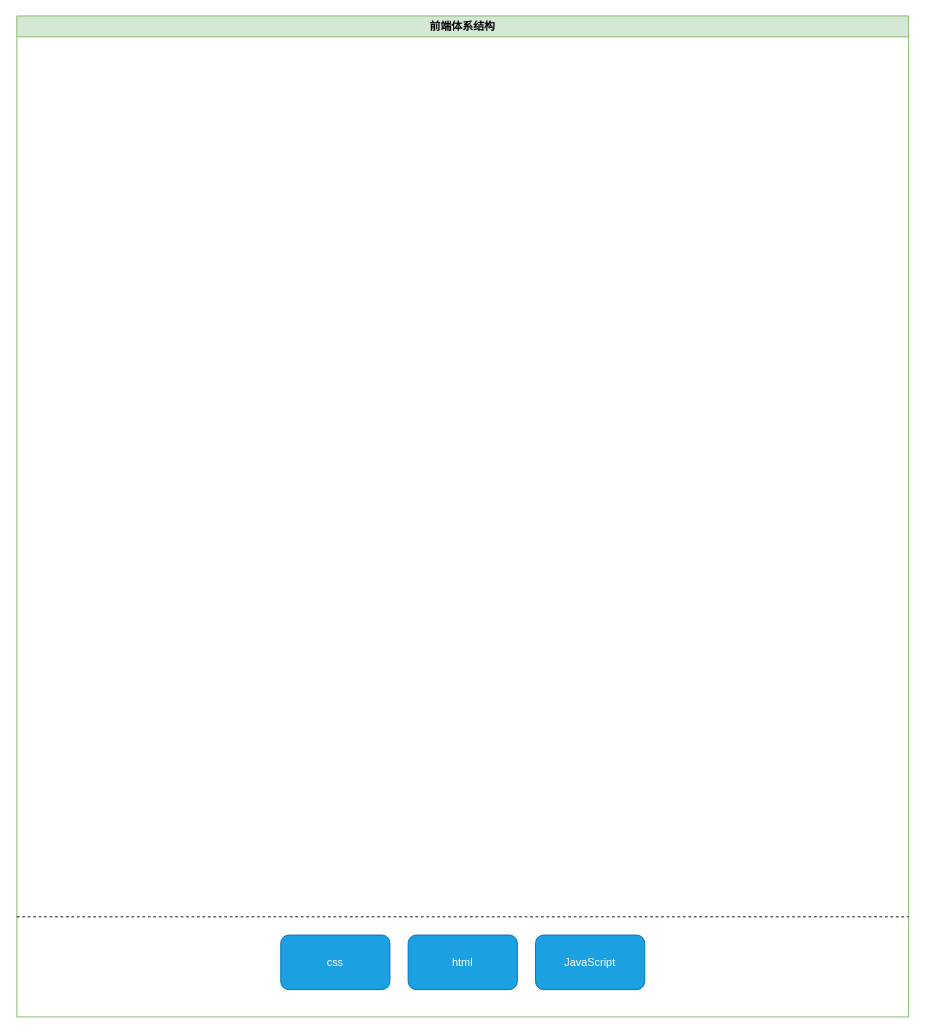
Before: docs/图表/前端体系结构.drawio in bbzywkq/bbzywkq, a draw.io diagram. Source tidied: cells renumbered, new cells numbered last; positions are measured from the earlier drawing's top-left corner, leaving out a move shared by most shapes. Both pictures are drawn from the tidied source at 91%, with x=0, y=0 at pixel (16, 15).
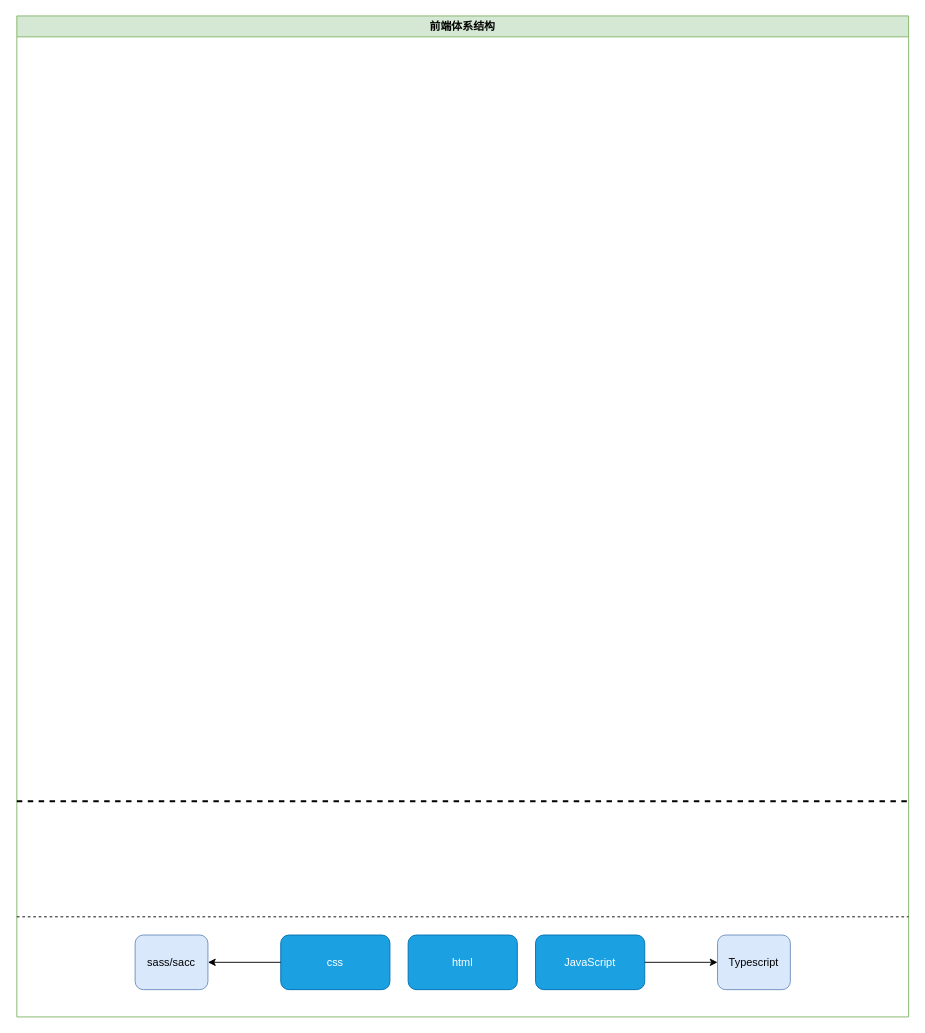
The same page after the edit.

Commit message (it also covers changes not shown here):
更新前端体系结构.drawio

What changed in the source:
```diff
@@
 <mxGraphModel>
   <root>
     <mxCell id="0" />
     <mxCell id="1" parent="0" />
     <mxCell id="2" value="前端体系结构" style="swimlane;fillColor=#d5e8d4;strokeColor=#82b366;" parent="1" vertex="1">
       <mxGeometry width="980" height="1100" as="geometry" />
     </mxCell>
     <mxCell id="3" value="css" style="rounded=1;whiteSpace=wrap;html=1;fillColor=#1ba1e2;strokeColor=#006EAF;fontColor=#ffffff;" parent="2" vertex="1">
       <mxGeometry x="290" y="1010" width="120" height="60" as="geometry" />
     </mxCell>
     <mxCell id="4" value="html" style="rounded=1;whiteSpace=wrap;html=1;fillColor=#1ba1e2;strokeColor=#006EAF;fontColor=#ffffff;" parent="2" vertex="1">
       <mxGeometry x="430" y="1010" width="120" height="60" as="geometry" />
     </mxCell>
     <mxCell id="5" value="JavaScript" style="rounded=1;whiteSpace=wrap;html=1;fillColor=#1ba1e2;strokeColor=#006EAF;fontColor=#ffffff;" parent="2" vertex="1">
       <mxGeometry x="570" y="1010" width="120" height="60" as="geometry" />
     </mxCell>
     <mxCell id="6" style="endArrow=none;dashed=1;html=1;rounded=0;" parent="2" edge="1">
       <mxGeometry relative="1" as="geometry">
         <mxPoint y="990" as="sourcePoint" />
         <mxPoint x="980" y="990" as="targetPoint" />
       </mxGeometry>
     </mxCell>
+    <mxCell id="7" style="endArrow=none;dashed=1;html=1;strokeWidth=2;rounded=0;" parent="2" edge="1">
+      <mxGeometry relative="1" as="geometry">
+        <mxPoint y="863" as="sourcePoint" />
+        <mxPoint x="980" y="863" as="targetPoint" />
+      </mxGeometry>
+    </mxCell>
+    <mxCell id="8" value="sass/sacc" style="rounded=1;whiteSpace=wrap;html=1;fillColor=#dae8fc;strokeColor=#6c8ebf;" parent="1" vertex="1">
+      <mxGeometry x="130" y="1010" width="80" height="60" as="geometry" />
+    </mxCell>
+    <mxCell id="9" style="edgeStyle=orthogonalEdgeStyle;rounded=0;jettySize=auto;html=1;" parent="1" edge="1" source="3" target="8">
+      <mxGeometry relative="1" as="geometry" />
+    </mxCell>
+    <mxCell id="10" value="Typescript" style="rounded=1;whiteSpace=wrap;html=1;fillColor=#dae8fc;strokeColor=#6c8ebf;" parent="1" vertex="1">
+      <mxGeometry x="770" y="1010" width="80" height="60" as="geometry" />
+    </mxCell>
+    <mxCell id="11" style="edgeStyle=orthogonalEdgeStyle;rounded=0;jettySize=auto;html=1;" parent="1" edge="1" source="5" target="10">
+      <mxGeometry relative="1" as="geometry" />
+    </mxCell>
   </root>
 </mxGraphModel>
```
